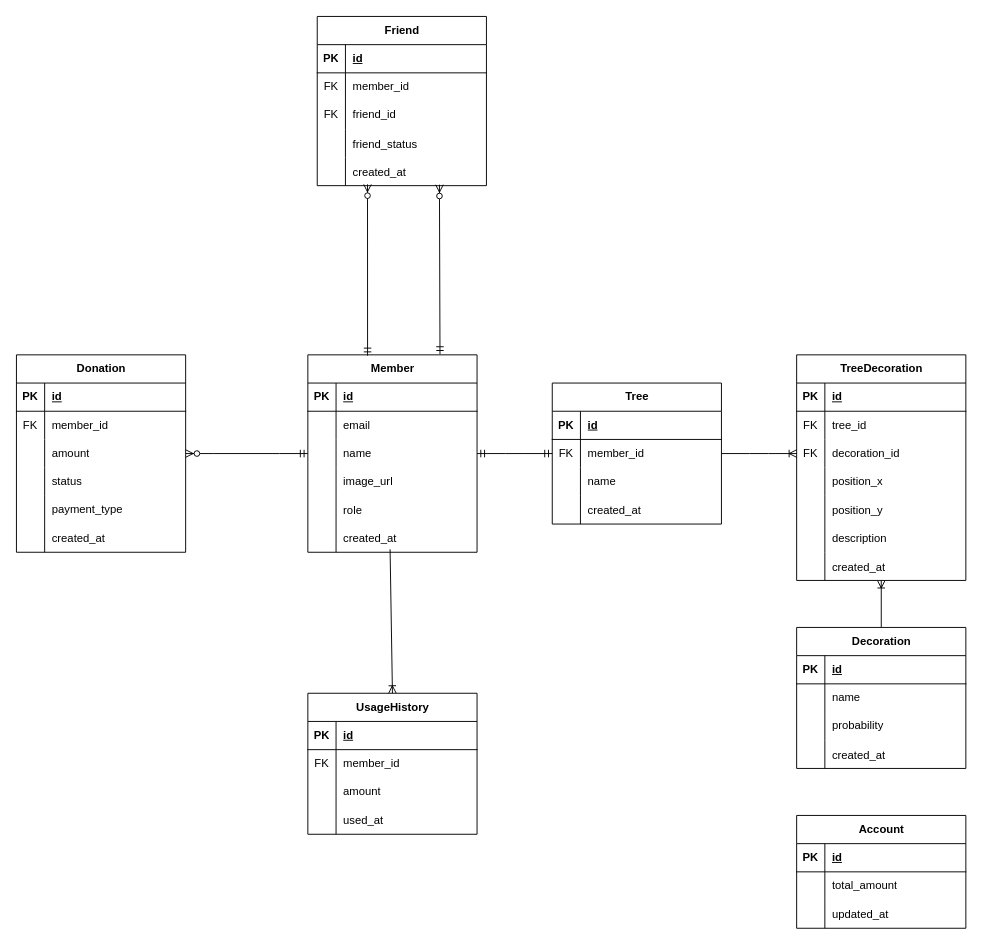
This is ChaeumERD.drawio from 2025-Advanced-Capstone-Chaeum/ERD, a draw.io file, before an edit. Source tidied: cells renumbered, new cells numbered last; positions are measured from the earlier drawing's top-left corner, leaving out a move shared by most shapes. Both pictures are drawn from the tidied source at 94%, with x=0, y=0 at pixel (16, 16).
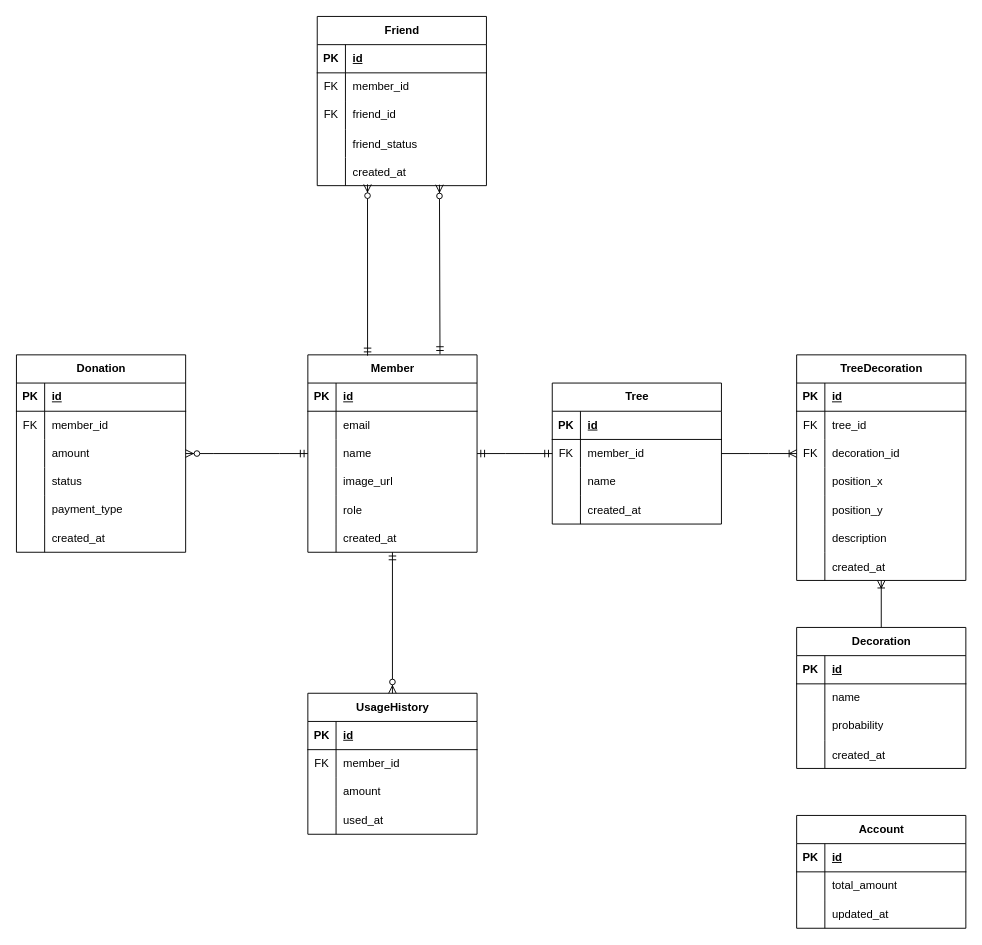
Above is the later version.

Commit message:
docs: UsageHistory - Member 필수 관계 정리

The change refers to these unchanged cells:
```xml
<mxCell id="18" style="shape=tableRow;horizontal=0;startSize=0;swimlaneHead=0;swimlaneBody=0;fillColor=none;points=[[0,0.5],[1,0.5]];portConstraint=eastwest;top=0;left=0;right=0;bottom=0;" parent="2" vertex="1">
  <mxGeometry y="180" width="180" height="30" as="geometry" />
</mxCell>
<mxCell id="91" value="UsageHistory" style="shape=table;startSize=30;childLayout=tableLayout;rowLines=0;fontStyle=1;align=center;html=1;" parent="1" vertex="1">
  <mxGeometry x="310" y="720" width="180" height="150" as="geometry" />
</mxCell>
```

Diff of the diagram source:
```diff
@@
-    <mxCell id="130" style="fontSize=12;html=1;endArrow=ERoneToMany;rounded=0;entryX=0.5;entryY=0;entryDx=0;entryDy=0;exitX=0.486;exitY=0.895;exitDx=0;exitDy=0;exitPerimeter=0;" parent="1" edge="1" source="18" target="91">
-      <mxGeometry relative="1" as="geometry" />
-    </mxCell>
@@
+    <mxCell id="134" style="fontSize=12;html=1;endArrow=ERzeroToMany;startArrow=ERmandOne;rounded=0;entryX=0.5;entryY=0;entryDx=0;entryDy=0;" parent="1" edge="1" target="91">
+      <mxGeometry relative="1" as="geometry">
+        <mxPoint x="400" y="570" as="sourcePoint" />
+      </mxGeometry>
+    </mxCell>
```
